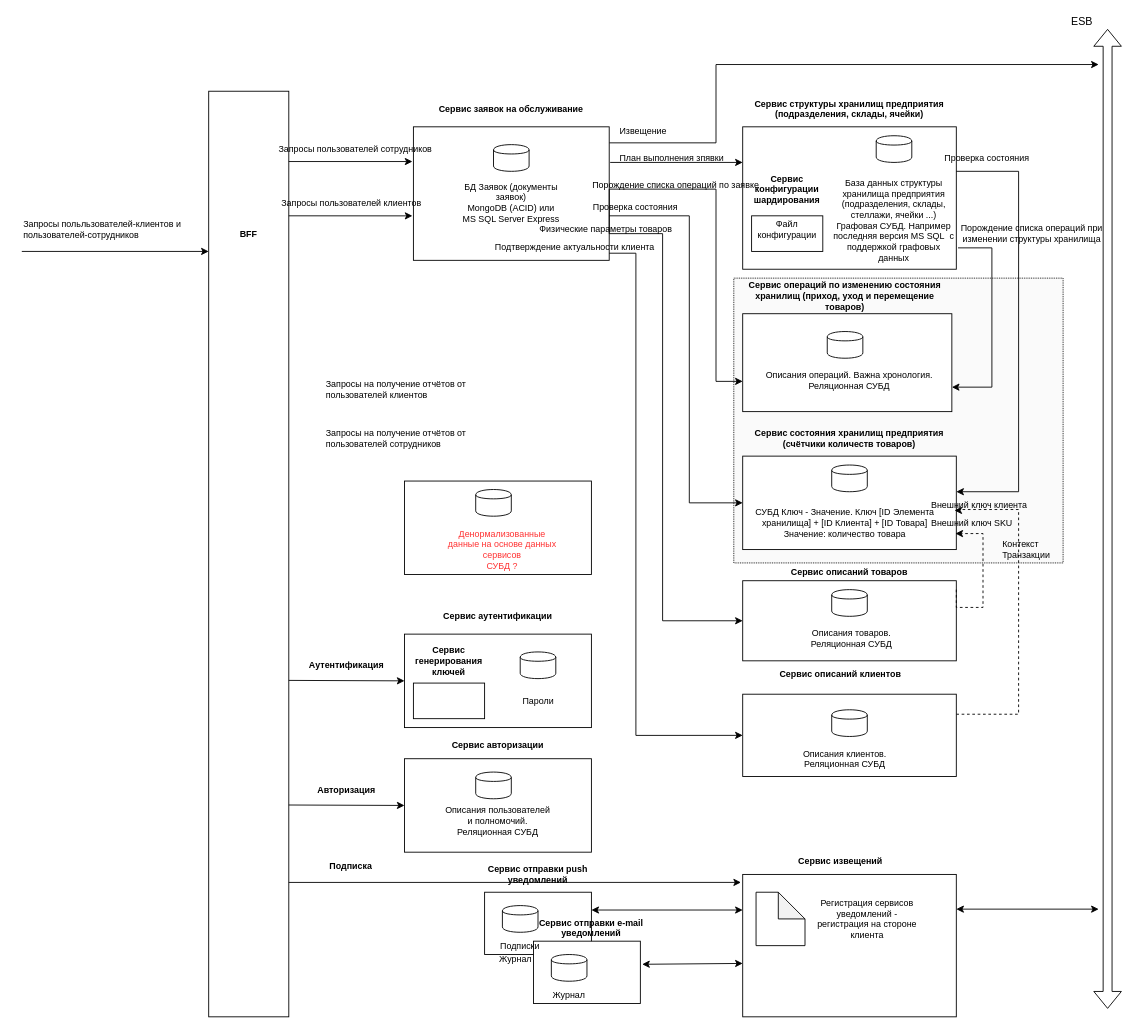
This is apw (21).drawio from Kiselb/Software-Architect-2019-11, a draw.io file, before an edit. Source tidied: cells renumbered, new cells numbered last; positions are measured from the earlier drawing's top-left corner, leaving out a move shared by most shapes. Both pictures are drawn from the tidied source at 89%, with x=0, y=0 at pixel (21, 28).
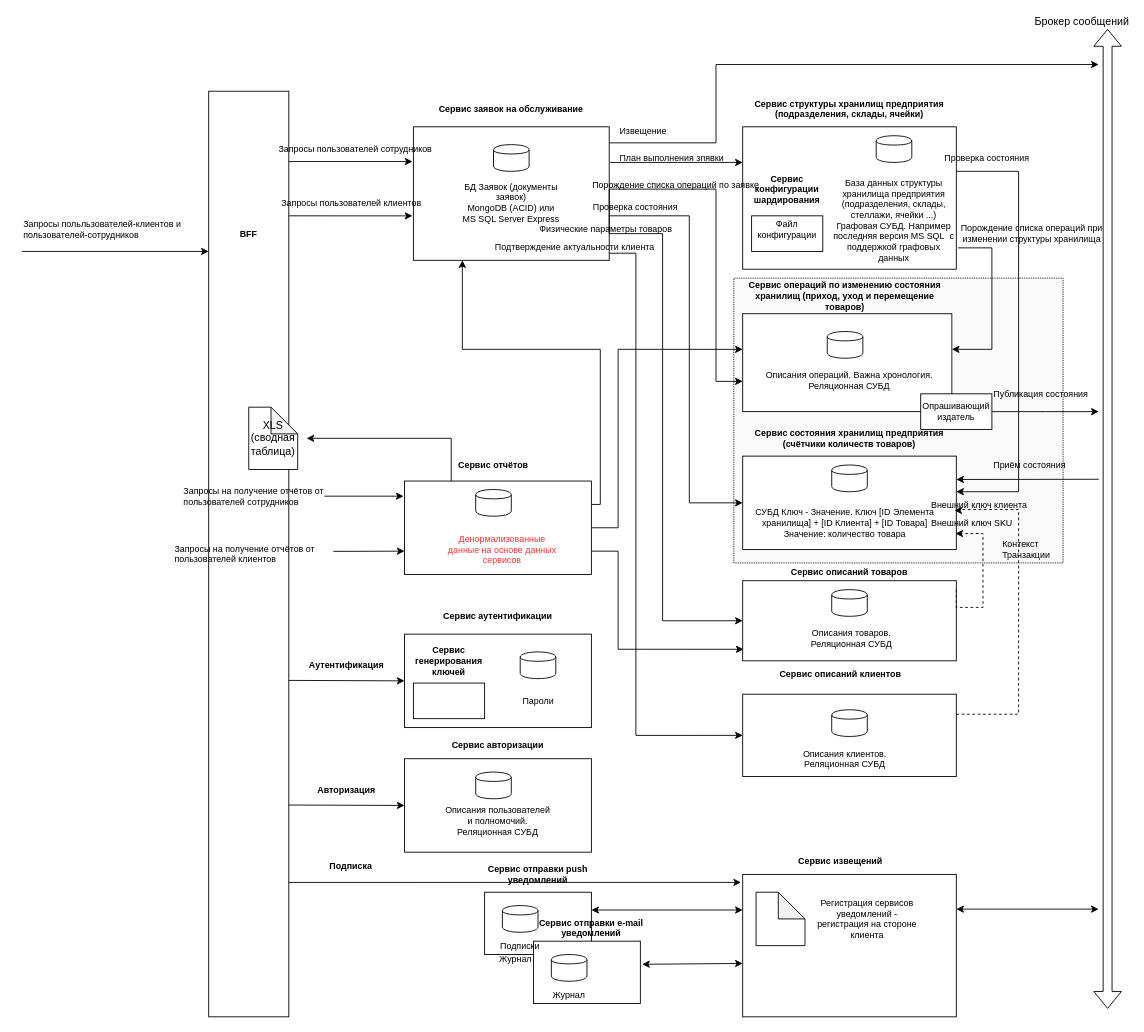
Above is the later version.

The change refers to these unchanged cells:
```xml
<mxCell id="4" style="rounded=0;whiteSpace=wrap;html=1;fontSize=10;" parent="1" vertex="1">
  <mxGeometry x="810" y="110" width="240" height="160" as="geometry" />
</mxCell>
<mxCell id="6" style="rounded=0;whiteSpace=wrap;html=1;fontSize=10;" parent="1" vertex="1">
  <mxGeometry x="440" y="110" width="220" height="150" as="geometry" />
</mxCell>
<mxCell id="17" style="rounded=0;whiteSpace=wrap;html=1;fontSize=10;" parent="1" vertex="1">
  <mxGeometry x="810" y="480" width="240" height="105" as="geometry" />
</mxCell>
<mxCell id="21" style="rounded=0;whiteSpace=wrap;html=1;fontSize=10;" parent="1" vertex="1">
  <mxGeometry x="810" y="620" width="240" height="90" as="geometry" />
</mxCell>
<mxCell id="30" style="rounded=0;whiteSpace=wrap;html=1;fontSize=10;" parent="1" vertex="1">
  <mxGeometry x="430" y="508" width="210" height="105" as="geometry" />
</mxCell>
<mxCell id="39" style="rounded=0;whiteSpace=wrap;html=1;fontSize=10;" parent="1" vertex="1">
  <mxGeometry x="810" y="320" width="235" height="110" as="geometry" />
</mxCell>
<mxCell id="66" style="shape=flexArrow;endArrow=classic;startArrow=classic;html=1;" parent="1" edge="1">
  <mxGeometry relative="1" as="geometry">
    <mxPoint x="1220" y="1101" as="sourcePoint" />
    <mxPoint x="1220" as="targetPoint" />
  </mxGeometry>
</mxCell>
```

Diff of the diagram source:
```diff
@@
+    <mxCell id="99" style="edgeStyle=orthogonalEdgeStyle;rounded=0;jettySize=auto;html=1;exitX=1;exitY=0.5;exitDx=0;exitDy=0;entryX=0;entryY=0.364;entryDx=0;entryDy=0;entryPerimeter=0;" parent="1" edge="1" source="30" target="39">
+      <mxGeometry relative="1" as="geometry">
+        <Array as="points">
+          <mxPoint x="670" y="561" />
+          <mxPoint x="670" y="360" />
+        </Array>
+      </mxGeometry>
+    </mxCell>
+    <mxCell id="100" style="edgeStyle=orthogonalEdgeStyle;rounded=0;jettySize=auto;html=1;exitX=1;exitY=0.75;exitDx=0;exitDy=0;entryX=0.004;entryY=0.856;entryDx=0;entryDy=0;entryPerimeter=0;" parent="1" edge="1" source="30" target="21">
+      <mxGeometry relative="1" as="geometry">
+        <Array as="points">
+          <mxPoint x="670" y="587" />
+          <mxPoint x="670" y="697" />
+        </Array>
+      </mxGeometry>
+    </mxCell>
+    <mxCell id="101" style="edgeStyle=orthogonalEdgeStyle;rounded=0;jettySize=auto;html=1;exitX=1;exitY=0.25;exitDx=0;exitDy=0;entryX=0.25;entryY=1;entryDx=0;entryDy=0;" parent="1" edge="1" source="30" target="6">
+      <mxGeometry relative="1" as="geometry">
+        <Array as="points">
+          <mxPoint x="650" y="534" />
+          <mxPoint x="650" y="360" />
+          <mxPoint x="495" y="360" />
+        </Array>
+      </mxGeometry>
+    </mxCell>
+    <mxCell id="102" style="edgeStyle=orthogonalEdgeStyle;rounded=0;jettySize=auto;html=1;exitX=0.25;exitY=0;exitDx=0;exitDy=0;" parent="1" edge="1" source="30">
+      <mxGeometry relative="1" as="geometry">
+        <mxPoint x="320" y="460" as="targetPoint" />
+        <Array as="points">
+          <mxPoint x="483" y="460" />
+        </Array>
+      </mxGeometry>
+    </mxCell>
@@
-    <mxCell id="32" value="&lt;font color=&quot;#ff3333&quot;&gt;Денормализованные данные на основе данных сервисов&lt;br&gt;СУБД ?&lt;/font&gt;" style="text;html=1;strokeColor=none;fillColor=none;align=center;verticalAlign=middle;whiteSpace=wrap;rounded=0;fontSize=10;" parent="1" vertex="1">
+    <mxCell id="32" value="&lt;font color=&quot;#ff3333&quot;&gt;Денормализованные данные на основе данных сервисов&lt;/font&gt;" style="text;html=1;strokeColor=none;fillColor=none;align=center;verticalAlign=middle;whiteSpace=wrap;rounded=0;fontSize=10;" parent="1" vertex="1">
       <mxGeometry x="475" y="570" width="130" height="30" as="geometry" />
     </mxCell>
@@
+    <mxCell id="103" style="edgeStyle=orthogonalEdgeStyle;rounded=0;jettySize=auto;html=1;entryX=0;entryY=0.75;entryDx=0;entryDy=0;" parent="1" edge="1" source="47" target="30">
+      <mxGeometry relative="1" as="geometry">
+        <Array as="points">
+          <mxPoint x="370" y="587" />
+          <mxPoint x="370" y="587" />
+        </Array>
+      </mxGeometry>
+    </mxCell>
     <mxCell id="47" value="&lt;span style=&quot;&quot;&gt;Запросы на получение отчётов от пользователей клиентов&lt;/span&gt;" style="text;html=1;strokeColor=none;fillColor=none;align=left;verticalAlign=middle;whiteSpace=wrap;rounded=0;fontSize=10;" parent="1" vertex="1">
-      <mxGeometry x="340" y="390" width="210" height="30" as="geometry" />
+      <mxGeometry x="170" y="575" width="180" height="30" as="geometry" />
     </mxCell>
+    <mxCell id="104" style="edgeStyle=orthogonalEdgeStyle;rounded=0;jettySize=auto;html=1;exitX=1;exitY=0.5;exitDx=0;exitDy=0;entryX=-0.005;entryY=0.162;entryDx=0;entryDy=0;entryPerimeter=0;" parent="1" edge="1" source="48" target="30">
+      <mxGeometry relative="1" as="geometry" />
+    </mxCell>
     <mxCell id="48" value="&lt;span style=&quot;&quot;&gt;Запросы на получение отчётов от пользователей сотрудников&lt;/span&gt;" style="text;html=1;strokeColor=none;fillColor=none;align=left;verticalAlign=middle;whiteSpace=wrap;rounded=0;fontSize=10;" parent="1" vertex="1">
-      <mxGeometry x="340" y="445" width="190" height="30" as="geometry" />
+      <mxGeometry x="180" y="510" width="160" height="30" as="geometry" />
     </mxCell>
@@
-    <mxCell id="67" value="ESB" style="text;html=1;align=center;verticalAlign=middle;labelBackgroundColor=#ffffff;" parent="66" vertex="1">
+    <mxCell id="67" value="Брокер сообщений" style="text;html=1;align=center;verticalAlign=middle;labelBackgroundColor=#ffffff;" parent="66" vertex="1">
       <mxGeometry x="0.83" y="5" relative="1" as="geometry">
         <mxPoint x="-25" y="-103" as="offset" />
       </mxGeometry>
     </mxCell>
@@
-    <mxCell id="73" style="edgeStyle=orthogonalEdgeStyle;rounded=0;jettySize=auto;html=1;fontSize=10;exitX=1.008;exitY=0.85;exitDx=0;exitDy=0;exitPerimeter=0;entryX=1;entryY=0.75;entryDx=0;entryDy=0;" parent="1" edge="1" source="4" target="39">
+    <mxCell id="73" style="edgeStyle=orthogonalEdgeStyle;rounded=0;jettySize=auto;html=1;fontSize=10;exitX=1.008;exitY=0.85;exitDx=0;exitDy=0;exitPerimeter=0;" parent="1" edge="1" source="4">
       <mxGeometry relative="1" as="geometry">
+        <mxPoint x="1045" y="360" as="targetPoint" />
         <Array as="points">
           <mxPoint x="1090" y="246" />
-          <mxPoint x="1090" y="403" />
+          <mxPoint x="1090" y="360" />
+          <mxPoint x="1045" y="360" />
         </Array>
       </mxGeometry>
     </mxCell>
@@
+    <mxCell id="105" style="edgeStyle=orthogonalEdgeStyle;rounded=0;jettySize=auto;html=1;exitX=1;exitY=0.5;exitDx=0;exitDy=0;" parent="1" edge="1" source="106">
+      <mxGeometry relative="1" as="geometry">
+        <mxPoint x="1210" y="430" as="targetPoint" />
+      </mxGeometry>
+    </mxCell>
+    <mxCell id="106" value="Опрашивающий издатель" style="rounded=0;whiteSpace=wrap;html=1;fontSize=10;" parent="1" vertex="1">
+      <mxGeometry x="1010" y="410" width="80" height="40" as="geometry" />
+    </mxCell>
+    <mxCell id="107" style="endArrow=classic;html=1;entryX=1;entryY=0.25;entryDx=0;entryDy=0;" parent="1" edge="1" target="17">
+      <mxGeometry relative="1" as="geometry">
+        <mxPoint x="1210" y="506" as="sourcePoint" />
+      </mxGeometry>
+    </mxCell>
+    <mxCell id="108" value="Сервис отчётов" style="text;html=1;strokeColor=none;fillColor=none;align=center;verticalAlign=middle;whiteSpace=wrap;rounded=0;fontSize=10;fontStyle=1;" parent="1" vertex="1">
+      <mxGeometry x="425" y="480" width="210" height="20" as="geometry" />
+    </mxCell>
+    <mxCell id="109" value="XLS&lt;br&gt;(сводная таблица)" style="shape=note;whiteSpace=wrap;html=1;backgroundOutline=1;darkOpacity=0.05;" parent="1" vertex="1">
+      <mxGeometry x="255" y="425" width="55" height="70" as="geometry" />
+    </mxCell>
+    <mxCell id="110" value="Публикация состояния" style="text;html=1;strokeColor=none;fillColor=none;align=left;verticalAlign=middle;whiteSpace=wrap;rounded=0;fontSize=10;" parent="1" vertex="1">
+      <mxGeometry x="1090" y="395" width="110" height="30" as="geometry" />
+    </mxCell>
+    <mxCell id="111" value="Приём состояния" style="text;html=1;strokeColor=none;fillColor=none;align=left;verticalAlign=middle;whiteSpace=wrap;rounded=0;fontSize=10;" parent="1" vertex="1">
+      <mxGeometry x="1090" y="475" width="100" height="30" as="geometry" />
+    </mxCell>
```
